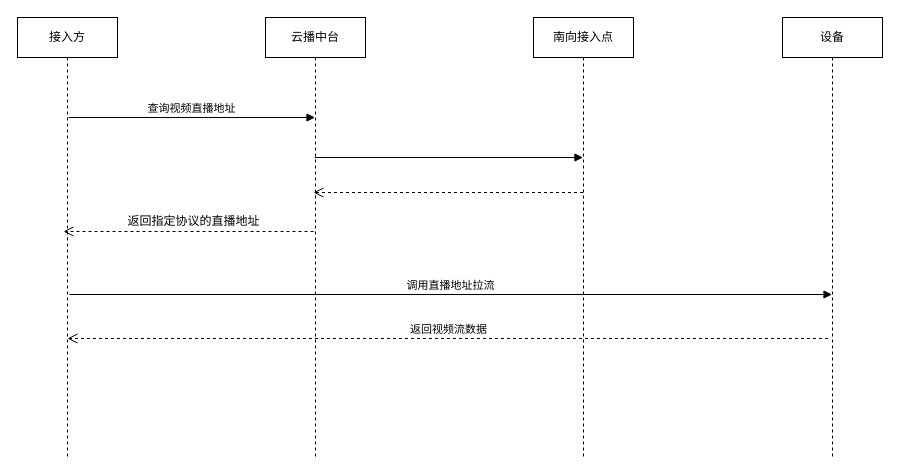
The draw.io diagram page "第 2 页" (2 of 4) of 未命名绘图5555.drawio in HughRudolf/Drawio, before the edit. Source tidied: cells renumbered, new cells numbered last; positions are measured from the earlier drawing's top-left corner, leaving out a move shared by most shapes. Both pictures are drawn from the tidied source at 100%, with x=0, y=0 at pixel (17, 17).
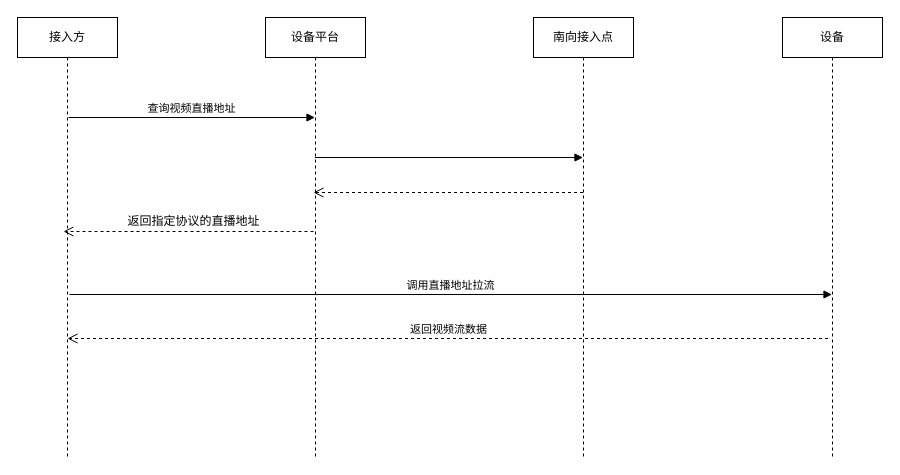
The same page after the edit.

The edit, as a diff of the source:
```diff
@@
 <mxGraphModel>
   <root>
     <mxCell id="0" />
     <mxCell id="1" parent="0" />
     <mxCell id="2" value="接入方" style="shape=umlLifeline;perimeter=lifelinePerimeter;whiteSpace=wrap;html=1;" parent="1" vertex="1">
       <mxGeometry width="100" height="440" as="geometry" />
     </mxCell>
     <mxCell id="3" value="查询视频直播地址" style="html=1;verticalAlign=bottom;endArrow=block;rounded=0;" parent="2" edge="1" target="6">
       <mxGeometry relative="1" as="geometry">
         <mxPoint x="51" y="100" as="sourcePoint" />
       </mxGeometry>
     </mxCell>
     <mxCell id="4" value="调用直播地址拉流" style="html=1;verticalAlign=bottom;endArrow=block;rounded=0;" parent="2" edge="1">
       <mxGeometry relative="1" as="geometry">
         <mxPoint x="52" y="277" as="sourcePoint" />
         <mxPoint x="814.5" y="277" as="targetPoint" />
       </mxGeometry>
     </mxCell>
     <mxCell id="5" value="返回视频流数据" style="html=1;verticalAlign=bottom;endArrow=open;dashed=1;endSize=8;rounded=0;" parent="2" edge="1">
       <mxGeometry relative="1" as="geometry">
         <mxPoint x="810.5" y="321" as="sourcePoint" />
         <mxPoint x="50" y="321" as="targetPoint" />
       </mxGeometry>
     </mxCell>
-    <mxCell id="6" value="云播中台" style="shape=umlLifeline;perimeter=lifelinePerimeter;whiteSpace=wrap;html=1;outlineConnect=0;" parent="1" vertex="1">
+    <mxCell id="6" value="设备平台" style="shape=umlLifeline;perimeter=lifelinePerimeter;whiteSpace=wrap;html=1;outlineConnect=0;" parent="1" vertex="1">
       <mxGeometry x="248" width="100" height="440" as="geometry" />
     </mxCell>
     <mxCell id="7" value="设备" style="shape=umlLifeline;perimeter=lifelinePerimeter;whiteSpace=wrap;html=1;" parent="1" vertex="1">
       <mxGeometry x="765" width="100" height="440" as="geometry" />
     </mxCell>
     <mxCell id="8" value="返回指定协议的直播地址" style="text;html=1;align=center;verticalAlign=middle;strokeColor=none;fillColor=none;" parent="1" vertex="1">
       <mxGeometry x="101" y="194" width="150" height="20" as="geometry" />
     </mxCell>
     <mxCell id="9" value="南向接入点" style="shape=umlLifeline;perimeter=lifelinePerimeter;whiteSpace=wrap;html=1;outlineConnect=0;" parent="1" vertex="1">
       <mxGeometry x="516" width="100" height="440" as="geometry" />
     </mxCell>
     <mxCell id="10" style="html=1;verticalAlign=bottom;endArrow=block;rounded=0;" parent="1" edge="1">
       <mxGeometry relative="1" as="geometry">
         <mxPoint x="297.5" y="140" as="sourcePoint" />
         <mxPoint x="565.5" y="140" as="targetPoint" />
       </mxGeometry>
     </mxCell>
     <mxCell id="11" style="html=1;verticalAlign=bottom;endArrow=open;dashed=1;endSize=8;rounded=0;" parent="1" edge="1" source="9">
       <mxGeometry relative="1" as="geometry">
         <mxPoint x="296" y="175" as="targetPoint" />
       </mxGeometry>
     </mxCell>
     <mxCell id="12" style="html=1;verticalAlign=bottom;endArrow=open;dashed=1;endSize=8;rounded=0;" parent="1" edge="1">
       <mxGeometry relative="1" as="geometry">
         <mxPoint x="296" y="214" as="sourcePoint" />
         <mxPoint x="46" y="214" as="targetPoint" />
       </mxGeometry>
     </mxCell>
   </root>
 </mxGraphModel>
```
